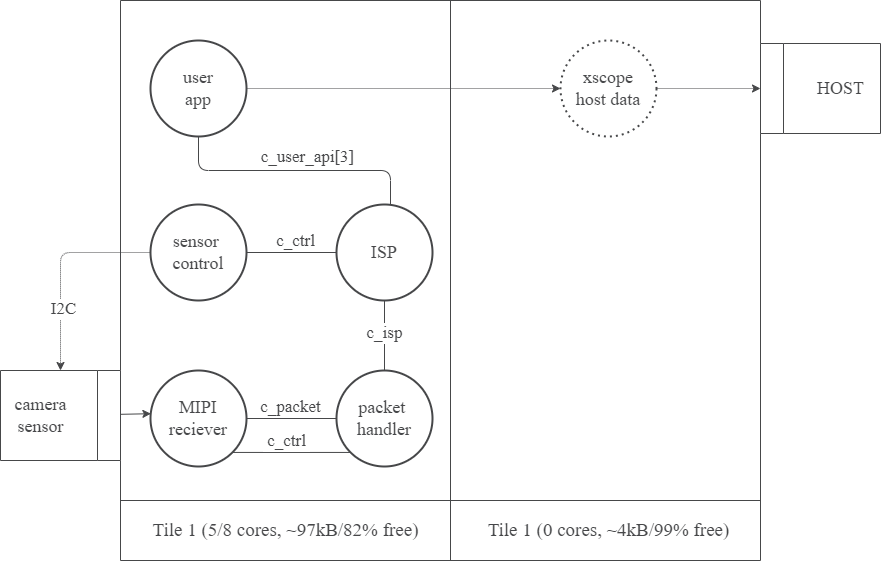
Earlier version of the draw.io export doc/programming_guide/images/3_thread_diagram.png (xmos/lib_camera). Source tidied: cells renumbered, new cells last; positions are measured from the earlier drawing's top-left corner, leaving out a move shared by most shapes. The source it was exported from:
```xml
<mxGraphModel>
  <root>
    <mxCell id="0" />
    <mxCell id="1" parent="0" />
    <mxCell id="2" style="edgeStyle=Arial Nova Light;rounded=1;jettySize=auto;html=1;entryX=0;entryY=0.5;entryDx=0;entryDy=0;strokeColor=#464749;fontFamily=Arial Nova Light;fontColor=#464749;fillColor=#FFFFFF;dashed=1;dashPattern=1 1;" parent="1" edge="1" source="3" target="11">
      <mxGeometry relative="1" as="geometry" />
    </mxCell>
    <mxCell id="3" value="&lt;div style=&quot;font-size: 18px;&quot;&gt;xscope&lt;/div&gt;&lt;div style=&quot;font-size: 18px;&quot;&gt;host data&lt;/div&gt;" style="ellipse;whiteSpace=wrap;html=1;strokeColor=#464749;fontFamily=Arial Nova Light;fontColor=#464749;fillColor=#FFFFFF;strokeWidth=2;dashed=1;dashPattern=1 2;" parent="1" vertex="1">
      <mxGeometry x="560" y="40" width="96" height="96" as="geometry" />
    </mxCell>
    <mxCell id="4" style="endArrow=none;html=1;rounded=1;strokeColor=#464749;fontFamily=Arial Nova Light;fontColor=#464749;fillColor=#FFFFFF;" parent="1" edge="1">
      <mxGeometry relative="1" as="geometry">
        <mxPoint x="450" y="560" as="sourcePoint" />
        <mxPoint x="450" as="targetPoint" />
      </mxGeometry>
    </mxCell>
    <mxCell id="5" style="endArrow=none;html=1;rounded=1;strokeColor=#464749;fontFamily=Arial Nova Light;fontColor=#464749;fillColor=#FFFFFF;" parent="1" edge="1">
      <mxGeometry relative="1" as="geometry">
        <mxPoint x="120" y="560" as="sourcePoint" />
        <mxPoint x="120" as="targetPoint" />
      </mxGeometry>
    </mxCell>
    <mxCell id="6" style="endArrow=none;html=1;rounded=1;strokeColor=#464749;fontFamily=Arial Nova Light;fontColor=#464749;fillColor=#FFFFFF;" parent="1" edge="1">
      <mxGeometry relative="1" as="geometry">
        <mxPoint x="760" y="560" as="sourcePoint" />
        <mxPoint x="760" as="targetPoint" />
      </mxGeometry>
    </mxCell>
    <mxCell id="7" style="endArrow=none;html=1;rounded=1;strokeColor=#464749;fontFamily=Arial Nova Light;fontColor=#464749;fillColor=#FFFFFF;" parent="1" edge="1">
      <mxGeometry relative="1" as="geometry">
        <mxPoint x="120" as="sourcePoint" />
        <mxPoint x="760" as="targetPoint" />
      </mxGeometry>
    </mxCell>
    <mxCell id="8" value="&lt;font style=&quot;font-size: 19px;&quot;&gt;Tile 1 (0 cores, ~4kB/99% free)&lt;/font&gt;" style="text;html=1;align=center;verticalAlign=middle;strokeColor=none;fillColor=none;fontFamily=Arial Nova Light;fontColor=#464749;" parent="1" vertex="1">
      <mxGeometry x="473" y="510" width="270" height="40" as="geometry" />
    </mxCell>
    <mxCell id="9" value="&lt;font style=&quot;font-size: 19px;&quot;&gt;Tile 1 (5/8 cores, ~97kB/82% free)&lt;/font&gt;" style="text;html=1;align=center;verticalAlign=middle;strokeColor=none;fillColor=none;fontFamily=Arial Nova Light;fontColor=#464749;" parent="1" vertex="1">
      <mxGeometry x="140" y="510" width="290" height="40" as="geometry" />
    </mxCell>
    <mxCell id="10" style="endArrow=none;html=1;rounded=1;strokeColor=#464749;fontFamily=Arial Nova Light;fontColor=#464749;fillColor=#FFFFFF;" parent="1" edge="1">
      <mxGeometry relative="1" as="geometry">
        <mxPoint x="120" y="560" as="sourcePoint" />
        <mxPoint x="760" y="560" as="targetPoint" />
      </mxGeometry>
    </mxCell>
    <mxCell id="11" style="swimlane;horizontal=0;whiteSpace=wrap;html=1;strokeColor=#464749;fontFamily=Arial Nova Light;fontColor=#464749;fillColor=#FFFFFF;flipV=1;flipH=0;" parent="1" vertex="1">
      <mxGeometry x="760" y="43" width="120" height="90" as="geometry" />
    </mxCell>
    <mxCell id="12" value="&lt;font style=&quot;font-size: 18px;&quot;&gt;HOST&lt;/font&gt;" style="text;html=1;align=center;verticalAlign=middle;strokeColor=none;fillColor=none;fontFamily=Arial Nova Light;fontColor=#464749;" parent="11" vertex="1">
      <mxGeometry x="45" y="25" width="70" height="40" as="geometry" />
    </mxCell>
    <mxCell id="13" style="endArrow=none;html=1;rounded=1;strokeColor=#464749;fontFamily=Arial Nova Light;fontColor=#464749;fillColor=#FFFFFF;" parent="1" edge="1">
      <mxGeometry relative="1" as="geometry">
        <mxPoint x="120" y="500" as="sourcePoint" />
        <mxPoint x="760" y="500" as="targetPoint" />
      </mxGeometry>
    </mxCell>
    <mxCell id="14" style="edgeStyle=orthogonalEdgeStyle;rounded=1;jettySize=auto;html=1;entryX=0.5;entryY=1;entryDx=0;entryDy=0;strokeColor=#464749;fontFamily=Arial Nova Light;fontColor=#464749;fillColor=#FFFFFF;endArrow=none;endFill=0;" parent="1" edge="1" source="17" target="20">
      <mxGeometry relative="1" as="geometry">
        <Array as="points">
          <mxPoint x="390" y="170" />
          <mxPoint x="198" y="170" />
        </Array>
      </mxGeometry>
    </mxCell>
    <mxCell id="15" style="edgeLabel;html=1;align=center;verticalAlign=middle;strokeColor=#464749;fontFamily=Arial Nova Light;fontColor=#464749;fillColor=#FFFFFF;" parent="14" vertex="1">
      <mxGeometry x="-0.1" y="1" relative="1" as="geometry" />
    </mxCell>
    <mxCell id="16" value="&amp;nbsp;c_user_api[3]&amp;nbsp;" style="edgeLabel;html=1;align=center;verticalAlign=middle;strokeColor=#464749;fontFamily=Arial Nova Light;fontColor=#464749;fillColor=#FFFFFF;fontSize=17;" parent="14" vertex="1">
      <mxGeometry x="-0.1" y="1" relative="1" as="geometry">
        <mxPoint y="-15" as="offset" />
      </mxGeometry>
    </mxCell>
    <mxCell id="17" value="&lt;div style=&quot;font-size: 18px;&quot;&gt;ISP&lt;/div&gt;" style="ellipse;whiteSpace=wrap;html=1;strokeColor=#464749;fontFamily=Arial Nova Light;fontColor=#464749;fillColor=#FFFFFF;strokeWidth=2;" parent="1" vertex="1">
      <mxGeometry x="336" y="204" width="96" height="96" as="geometry" />
    </mxCell>
    <mxCell id="18" value="&lt;div style=&quot;font-size: 18px;&quot;&gt;MIPI&lt;/div&gt;&lt;div style=&quot;font-size: 18px;&quot;&gt;reciever&lt;/div&gt;" style="ellipse;whiteSpace=wrap;html=1;strokeColor=#464749;fontFamily=Arial Nova Light;fontColor=#464749;fillColor=#FFFFFF;strokeWidth=2;" parent="1" vertex="1">
      <mxGeometry x="150" y="370" width="96" height="96" as="geometry" />
    </mxCell>
    <mxCell id="19" style="edgeStyle=Arial Nova Light;rounded=1;jettySize=auto;html=1;entryX=0;entryY=0.5;entryDx=0;entryDy=0;strokeColor=#464749;fontFamily=Arial Nova Light;fontColor=#464749;fillColor=#FFFFFF;dashed=1;dashPattern=1 1;" parent="1" edge="1" source="20" target="3">
      <mxGeometry relative="1" as="geometry" />
    </mxCell>
    <mxCell id="20" value="&lt;div style=&quot;font-size: 18px;&quot;&gt;user&lt;/div&gt;&lt;div style=&quot;font-size: 18px;&quot;&gt;app&lt;/div&gt;" style="ellipse;whiteSpace=wrap;html=1;strokeColor=#464749;fontFamily=Arial Nova Light;fontColor=#464749;fillColor=#FFFFFF;strokeWidth=2;" parent="1" vertex="1">
      <mxGeometry x="150" y="40" width="96" height="96" as="geometry" />
    </mxCell>
    <mxCell id="21" style="edgeStyle=orthogonalEdgeStyle;rounded=1;jettySize=auto;html=1;exitX=0;exitY=0.5;exitDx=0;exitDy=0;strokeColor=#464749;fontFamily=Arial Nova Light;fontColor=#464749;fillColor=#FFFFFF;dashed=1;dashPattern=1 1;entryX=0.5;entryY=0;entryDx=0;entryDy=0;" parent="1" edge="1" source="23" target="25">
      <mxGeometry relative="1" as="geometry" />
    </mxCell>
    <mxCell id="22" value="&amp;nbsp;I2C&amp;nbsp;" style="edgeLabel;html=1;align=center;verticalAlign=middle;strokeColor=#464749;fontFamily=Arial Nova Light;fontColor=#464749;fillColor=#FFFFFF;fontSize=17;" parent="21" vertex="1">
      <mxGeometry x="0.13" y="-1" relative="1" as="geometry">
        <mxPoint x="3" y="28" as="offset" />
      </mxGeometry>
    </mxCell>
    <mxCell id="23" value="&lt;div style=&quot;font-size: 18px;&quot;&gt;sensor&amp;nbsp;&lt;/div&gt;&lt;div style=&quot;font-size: 18px;&quot;&gt;control&lt;/div&gt;" style="ellipse;whiteSpace=wrap;html=1;strokeColor=#464749;fontFamily=Arial Nova Light;fontColor=#464749;fillColor=#FFFFFF;strokeWidth=2;" parent="1" vertex="1">
      <mxGeometry x="150" y="204" width="96" height="96" as="geometry" />
    </mxCell>
    <mxCell id="24" value="&lt;div style=&quot;font-size: 18px;&quot;&gt;packet&amp;nbsp;&lt;/div&gt;&lt;div style=&quot;font-size: 18px;&quot;&gt;handler&lt;/div&gt;" style="ellipse;whiteSpace=wrap;html=1;strokeColor=#464749;fontFamily=Arial Nova Light;fontColor=#464749;fillColor=#FFFFFF;strokeWidth=2;" parent="1" vertex="1">
      <mxGeometry x="336" y="370" width="96" height="96" as="geometry" />
    </mxCell>
    <mxCell id="25" style="swimlane;horizontal=0;whiteSpace=wrap;html=1;strokeColor=#464749;fontFamily=Arial Nova Light;fontColor=#464749;fillColor=#FFFFFF;flipV=1;flipH=1;" parent="1" vertex="1">
      <mxGeometry y="370" width="120" height="90" as="geometry" />
    </mxCell>
    <mxCell id="26" value="&lt;font style=&quot;font-size: 18px;&quot;&gt;camera&lt;/font&gt;&lt;div&gt;&lt;font style=&quot;font-size: 18px;&quot;&gt;sensor&lt;/font&gt;&lt;/div&gt;" style="text;html=1;align=center;verticalAlign=middle;strokeColor=none;fillColor=none;fontFamily=Arial Nova Light;fontColor=#464749;" parent="25" vertex="1">
      <mxGeometry y="15" width="80" height="60" as="geometry" />
    </mxCell>
    <mxCell id="27" style="endArrow=none;html=1;rounded=1;strokeColor=#464749;fontFamily=Arial Nova Light;fontColor=#464749;fillColor=#FFFFFF;entryX=0.5;entryY=0;entryDx=0;entryDy=0;fontSize=10;" parent="1" edge="1" target="24">
      <mxGeometry relative="1" as="geometry">
        <mxPoint x="384" y="300" as="sourcePoint" />
      </mxGeometry>
    </mxCell>
    <mxCell id="28" value="&amp;nbsp;c_isp&amp;nbsp;" style="edgeLabel;html=1;align=center;verticalAlign=middle;strokeColor=#464749;fontFamily=Arial Nova Light;fontColor=#464749;fillColor=#FFFFFF;fontSize=17;labelBorderColor=none;spacingLeft=10;spacingRight=11;" parent="27" vertex="1">
      <mxGeometry x="-0.09" relative="1" as="geometry" />
    </mxCell>
    <mxCell id="29" style="endArrow=none;html=1;rounded=1;strokeColor=#464749;fontFamily=Arial Nova Light;fontColor=#464749;fillColor=#FFFFFF;entryX=1;entryY=0.5;entryDx=0;entryDy=0;exitX=0;exitY=0.5;exitDx=0;exitDy=0;fontSize=10;" parent="1" edge="1" source="17" target="23">
      <mxGeometry relative="1" as="geometry" />
    </mxCell>
    <mxCell id="30" value="&amp;nbsp;c_ctrl&amp;nbsp;" style="edgeLabel;html=1;align=center;verticalAlign=middle;strokeColor=#464749;fontFamily=Arial Nova Light;fontColor=#464749;fillColor=#FFFFFF;fontSize=17;labelBorderColor=none;spacingLeft=10;spacingRight=11;labelBackgroundColor=default;" parent="29" vertex="1">
      <mxGeometry x="-0.09" relative="1" as="geometry">
        <mxPoint y="-12" as="offset" />
      </mxGeometry>
    </mxCell>
    <mxCell id="31" style="endArrow=none;html=1;rounded=1;strokeColor=#464749;fontFamily=Arial Nova Light;fontColor=#464749;fillColor=#FFFFFF;exitX=1;exitY=1;exitDx=0;exitDy=0;fontSize=10;entryX=0;entryY=1;entryDx=0;entryDy=0;" parent="1" edge="1" source="18" target="24">
      <mxGeometry relative="1" as="geometry" />
    </mxCell>
    <mxCell id="32" value="&amp;nbsp;c_ctrl&amp;nbsp;" style="edgeLabel;html=1;align=center;verticalAlign=middle;strokeColor=#464749;fontFamily=Arial Nova Light;fontColor=#464749;fillColor=#FFFFFF;fontSize=17;labelBorderColor=none;spacingLeft=10;spacingRight=11;labelBackgroundColor=default;" parent="31" vertex="1">
      <mxGeometry x="-0.09" relative="1" as="geometry">
        <mxPoint y="-11" as="offset" />
      </mxGeometry>
    </mxCell>
    <mxCell id="33" style="edgeStyle=Arial Nova Light;rounded=1;jettySize=auto;html=1;entryX=0.004;entryY=0.45;entryDx=0;entryDy=0;entryPerimeter=0;strokeColor=#464749;fontFamily=Arial Nova Light;fontColor=#464749;fillColor=#FFFFFF;" parent="1" edge="1" source="25" target="18">
      <mxGeometry relative="1" as="geometry" />
    </mxCell>
    <mxCell id="34" style="endArrow=none;html=1;rounded=1;strokeColor=#464749;fontFamily=Arial Nova Light;fontColor=#464749;fillColor=#FFFFFF;entryX=1;entryY=0.5;entryDx=0;entryDy=0;fontSize=10;" parent="1" edge="1" source="24" target="18">
      <mxGeometry relative="1" as="geometry" />
    </mxCell>
    <mxCell id="35" value="&amp;nbsp;c_packet&amp;nbsp;" style="edgeLabel;html=1;align=center;verticalAlign=middle;strokeColor=#464749;fontFamily=Arial Nova Light;fontColor=#464749;fillColor=#FFFFFF;fontSize=17;labelBorderColor=none;spacingLeft=10;spacingRight=11;labelBackgroundColor=default;" parent="34" vertex="1">
      <mxGeometry x="-0.09" relative="1" as="geometry">
        <mxPoint x="-5" y="-12" as="offset" />
      </mxGeometry>
    </mxCell>
  </root>
</mxGraphModel>
```
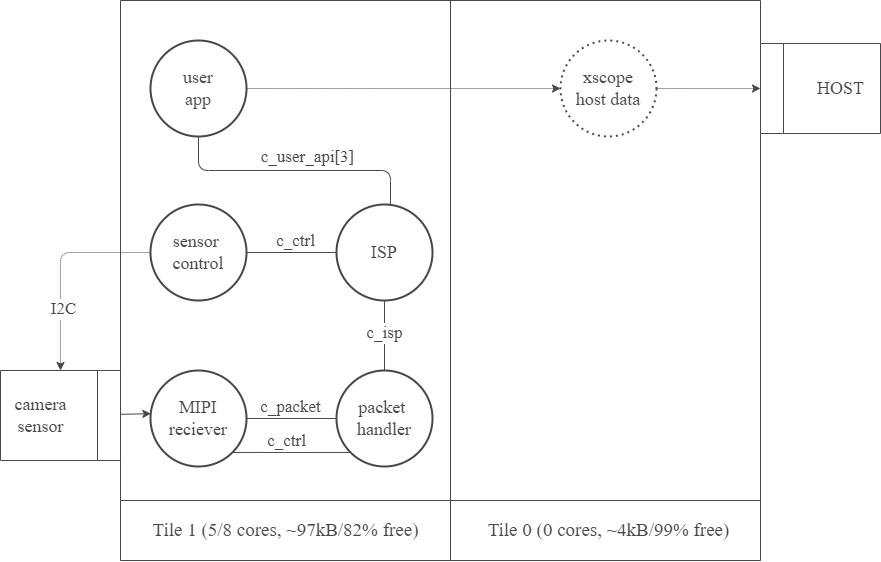
Later version of the same file.

Commit message:
Update thread diagram image

Change to the diagram source:
```diff
@@ -32,7 +32,7 @@
         <mxPoint x="760" as="targetPoint" />
       </mxGeometry>
     </mxCell>
-    <mxCell id="8" value="&lt;font style=&quot;font-size: 19px;&quot;&gt;Tile 1 (0 cores, ~4kB/99% free)&lt;/font&gt;" style="text;html=1;align=center;verticalAlign=middle;strokeColor=none;fillColor=none;fontFamily=Arial Nova Light;fontColor=#464749;" parent="1" vertex="1">
+    <mxCell id="8" value="&lt;font style=&quot;font-size: 19px;&quot;&gt;Tile 0 (0 cores, ~4kB/99% free)&lt;/font&gt;" style="text;html=1;align=center;verticalAlign=middle;strokeColor=none;fillColor=none;fontFamily=Arial Nova Light;fontColor=#464749;" parent="1" vertex="1">
       <mxGeometry x="473" y="510" width="270" height="40" as="geometry" />
     </mxCell>
     <mxCell id="9" value="&lt;font style=&quot;font-size: 19px;&quot;&gt;Tile 1 (5/8 cores, ~97kB/82% free)&lt;/font&gt;" style="text;html=1;align=center;verticalAlign=middle;strokeColor=none;fillColor=none;fontFamily=Arial Nova Light;fontColor=#464749;" parent="1" vertex="1">
```
